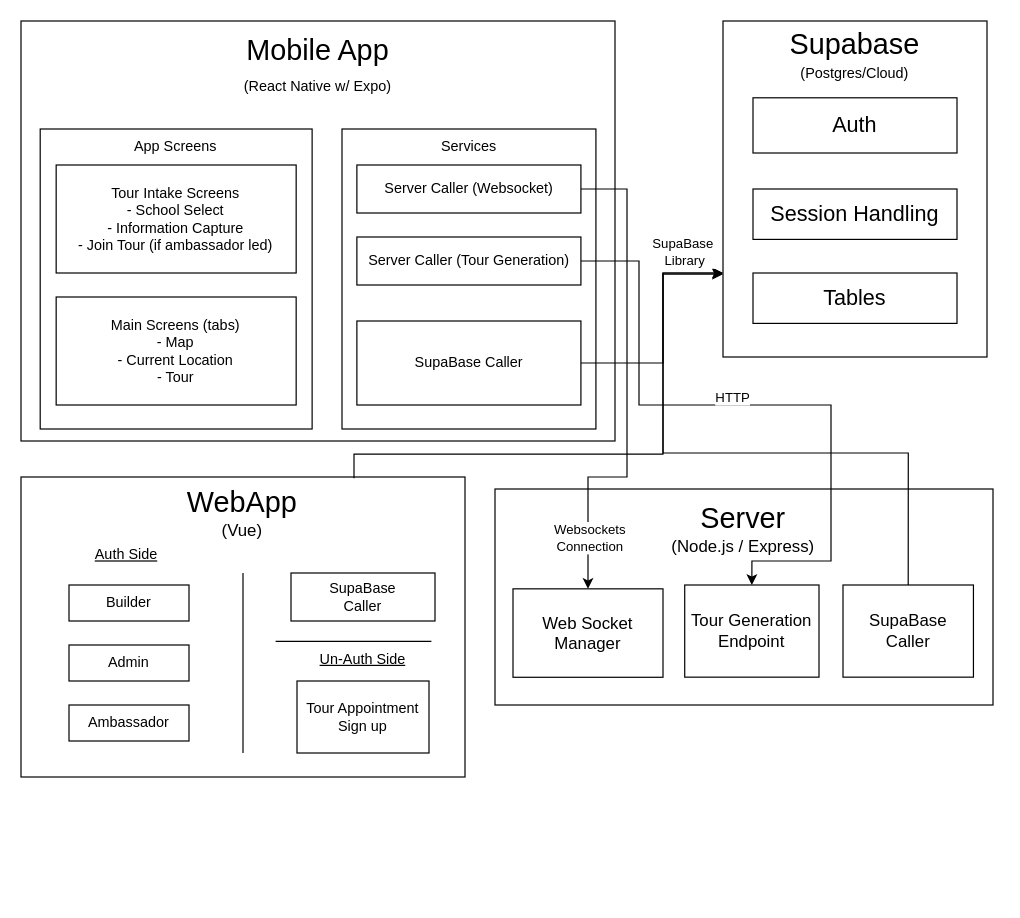
The draw.io diagram docs/component.drawio in studio-node/CampusTour, before the edit. Source tidied: cells renumbered, new cells numbered last; positions are measured from the earlier drawing's top-left corner, leaving out a move shared by most shapes. Both pictures are drawn from the tidied source at 120%, with x=0, y=0 at pixel (20, 20).
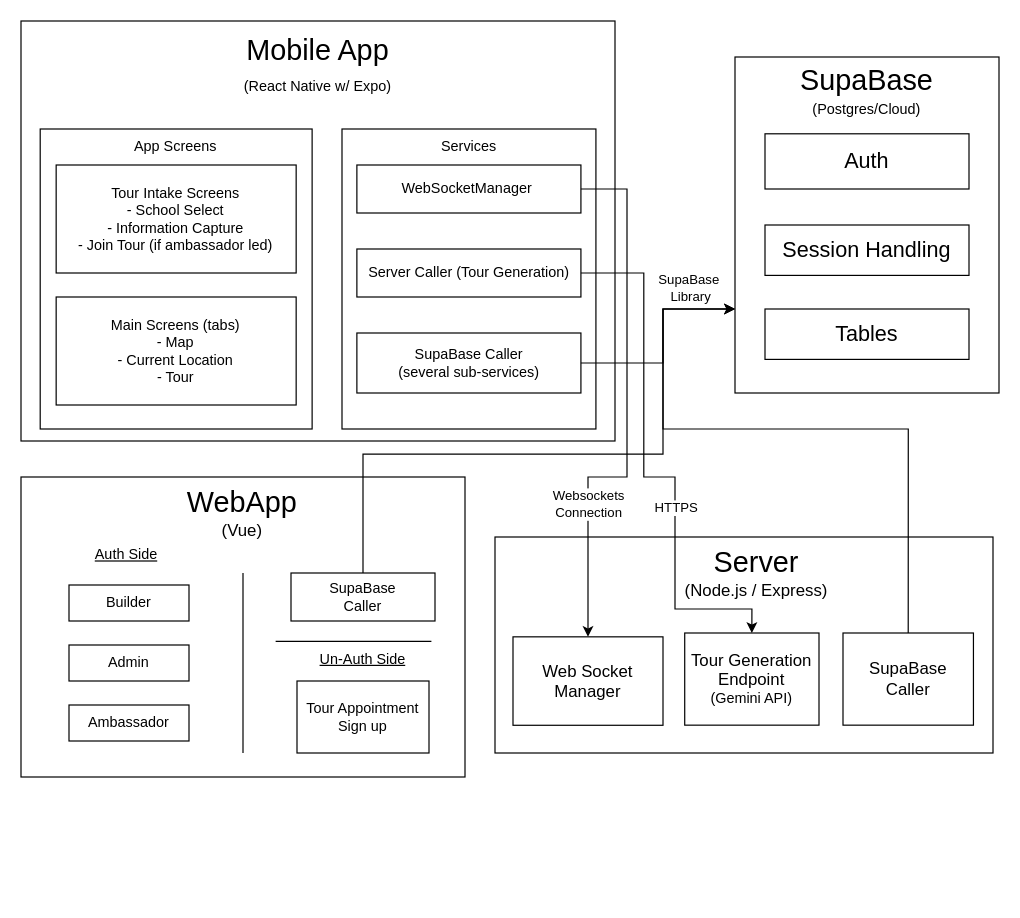
The same page after the edit.

Commit message (it also covers changes not shown here):
Updated component diagram with color-coding and reworking user-flow

Unchanged cells that the change refers to:
```xml
<mxCell id="2" style="group;" parent="1" vertex="1">
  <mxGeometry y="380" width="370" height="350" as="geometry" />
</mxCell>
<mxCell id="38" style="group;" parent="37" vertex="1">
  <mxGeometry width="211.6" height="250" as="geometry" />
</mxCell>
```

The edit, as a diff of the source:
```diff
@@
-    <mxCell id="13" value="SupaBase&lt;div&gt;Caller&lt;/div&gt;" style="rounded=0;whiteSpace=wrap;html=1;" parent="2" vertex="1">
+    <mxCell id="13" value="SupaBase&lt;div&gt;Caller&lt;/div&gt;" style="rounded=0;whiteSpace=wrap;html=1;strokeColor=light-dark(#000000,#7F00FF);" parent="2" vertex="1">
       <mxGeometry x="225" y="80" width="120" height="40" as="geometry" />
     </mxCell>
     <mxCell id="14" style="group;" parent="1" vertex="1">
-      <mxGeometry x="585" width="220" height="280" as="geometry" />
+      <mxGeometry x="595" y="30" width="220" height="280" as="geometry" />
     </mxCell>
-    <mxCell id="15" style="rounded=0;whiteSpace=wrap;html=1;" parent="14" vertex="1">
+    <mxCell id="15" style="rounded=0;whiteSpace=wrap;html=1;strokeColor=light-dark(#000000,#7F00FF);" parent="14" vertex="1">
       <mxGeometry width="220" height="280" as="geometry" />
     </mxCell>
-    <mxCell id="16" value="&lt;span style=&quot;font-size: 24px;&quot;&gt;Supabase&lt;/span&gt;" style="text;html=1;align=center;verticalAlign=middle;whiteSpace=wrap;rounded=0;" parent="14" vertex="1">
+    <mxCell id="16" value="&lt;span style=&quot;font-size: 24px;&quot;&gt;SupaBase&lt;/span&gt;" style="text;html=1;align=center;verticalAlign=middle;whiteSpace=wrap;rounded=0;" parent="14" vertex="1">
       <mxGeometry x="73.1" y="8" width="73.8" height="24" as="geometry" />
     </mxCell>
@@
     <mxCell id="21" style="group;" parent="1" vertex="1">
-      <mxGeometry x="395" y="390" width="415" height="180" as="geometry" />
+      <mxGeometry x="395" y="430" width="415" height="180" as="geometry" />
     </mxCell>
@@
     <mxCell id="23" value="&lt;font style=&quot;font-size: 24px;&quot;&gt;Server&lt;/font&gt;&lt;div&gt;&lt;font style=&quot;font-size: 14px;&quot;&gt;(Node.js / Express)&lt;/font&gt;&lt;/div&gt;" style="text;html=1;align=center;verticalAlign=middle;whiteSpace=wrap;rounded=0;" parent="21" vertex="1">
-      <mxGeometry x="90.4" y="13" width="234.2" height="39.9" as="geometry" />
+      <mxGeometry x="101.4" y="10" width="234.2" height="39.9" as="geometry" />
     </mxCell>
-    <mxCell id="24" value="&lt;font style=&quot;font-size: 14px;&quot;&gt;Web Socket Manager&lt;/font&gt;" style="rounded=0;whiteSpace=wrap;html=1;" parent="21" vertex="1">
+    <mxCell id="24" value="&lt;font style=&quot;font-size: 14px;&quot;&gt;Web Socket Manager&lt;/font&gt;" style="rounded=0;whiteSpace=wrap;html=1;strokeColor=light-dark(#000000,#009900);" parent="21" vertex="1">
       <mxGeometry x="15" y="83.2" width="125" height="73.7" as="geometry" />
     </mxCell>
-    <mxCell id="25" value="&lt;font style=&quot;font-size: 14px;&quot;&gt;Tour Generation&lt;/font&gt;&lt;div&gt;&lt;font style=&quot;font-size: 14px;&quot;&gt;Endpoint&lt;/font&gt;&lt;/div&gt;" style="rounded=0;whiteSpace=wrap;html=1;" parent="21" vertex="1">
+    <mxCell id="25" value="&lt;font style=&quot;font-size: 14px;&quot;&gt;Tour Generation&lt;/font&gt;&lt;div&gt;&lt;font style=&quot;font-size: 14px;&quot;&gt;Endpoint&lt;/font&gt;&lt;/div&gt;&lt;div&gt;&lt;font style=&quot;font-size: 12px;&quot;&gt;(Gemini API)&lt;/font&gt;&lt;/div&gt;" style="rounded=0;whiteSpace=wrap;html=1;strokeColor=light-dark(#000000,#CC0000);" parent="21" vertex="1">
       <mxGeometry x="158.1" y="80" width="111.9" height="76.8" as="geometry" />
     </mxCell>
-    <mxCell id="26" style="edgeStyle=orthogonalEdgeStyle;rounded=0;jettySize=auto;html=1;exitX=0.5;exitY=0;exitDx=0;exitDy=0;" parent="21" edge="1" source="27">
-      <mxGeometry relative="1" as="geometry">
-        <mxPoint x="190" y="-180" as="targetPoint" />
-        <Array as="points">
-          <mxPoint x="344" y="-30" />
-          <mxPoint x="140" y="-30" />
-          <mxPoint x="140" y="-180" />
-        </Array>
-      </mxGeometry>
-    </mxCell>
-    <mxCell id="27" value="&lt;span style=&quot;font-size: 14px;&quot;&gt;SupaBase&lt;/span&gt;&lt;div&gt;&lt;span style=&quot;font-size: 14px;&quot;&gt;Caller&lt;/span&gt;&lt;/div&gt;" style="rounded=0;whiteSpace=wrap;html=1;" parent="21" vertex="1">
+    <mxCell id="27" value="&lt;span style=&quot;font-size: 14px;&quot;&gt;SupaBase&lt;/span&gt;&lt;div&gt;&lt;span style=&quot;font-size: 14px;&quot;&gt;Caller&lt;/span&gt;&lt;/div&gt;" style="rounded=0;whiteSpace=wrap;html=1;strokeColor=light-dark(#000000,#7F00FF);" parent="21" vertex="1">
       <mxGeometry x="290" y="80" width="108.7" height="76.8" as="geometry" />
     </mxCell>
@@
-    <mxCell id="41" value="Server Caller (Websocket)" style="rounded=0;whiteSpace=wrap;html=1;" parent="38" vertex="1">
+    <mxCell id="41" value="WebSocketManager&amp;nbsp;" style="rounded=0;whiteSpace=wrap;html=1;strokeColor=light-dark(#000000,#009900);" parent="38" vertex="1">
       <mxGeometry x="12.4" y="30" width="186.7" height="40" as="geometry" />
     </mxCell>
-    <mxCell id="42" value="SupaBase Caller" style="rounded=0;whiteSpace=wrap;html=1;" parent="38" vertex="1">
-      <mxGeometry x="12.4" y="160" width="186.7" height="70" as="geometry" />
+    <mxCell id="42" value="SupaBase Caller&lt;div&gt;(several sub-services)&lt;/div&gt;" style="rounded=0;whiteSpace=wrap;html=1;strokeColor=light-dark(#000000,#7F00FF);" parent="38" vertex="1">
+      <mxGeometry x="12.4" y="170" width="186.7" height="50" as="geometry" />
     </mxCell>
-    <mxCell id="43" value="Server Caller (Tour Generation)" style="rounded=0;whiteSpace=wrap;html=1;" parent="38" vertex="1">
-      <mxGeometry x="12.4" y="90" width="186.7" height="40" as="geometry" />
+    <mxCell id="43" value="Server Caller (Tour Generation)" style="rounded=0;whiteSpace=wrap;html=1;strokeColor=light-dark(#000000,#CC0000);" parent="38" vertex="1">
+      <mxGeometry x="12.4" y="100" width="186.7" height="40" as="geometry" />
     </mxCell>
@@
-    <mxCell id="45" style="edgeStyle=orthogonalEdgeStyle;rounded=0;jettySize=auto;html=1;exitX=1;exitY=0.5;exitDx=0;exitDy=0;entryX=0;entryY=0.75;entryDx=0;entryDy=0;" parent="1" edge="1" source="42" target="15">
+    <mxCell id="45" style="edgeStyle=orthogonalEdgeStyle;rounded=0;jettySize=auto;html=1;exitX=1;exitY=0.5;exitDx=0;exitDy=0;entryX=0;entryY=0.75;entryDx=0;entryDy=0;strokeColor=light-dark(#000000,#7F00FF);" parent="1" edge="1" source="42" target="15">
       <mxGeometry relative="1" as="geometry">
         <Array as="points">
           <mxPoint x="535" y="285" />
-          <mxPoint x="535" y="210" />
+          <mxPoint x="535" y="240" />
         </Array>
       </mxGeometry>
     </mxCell>
     <mxCell id="46" value="SupaBase&amp;nbsp;&lt;div&gt;Library&lt;/div&gt;" style="edgeLabel;html=1;align=center;verticalAlign=middle;" parent="45" vertex="1">
       <mxGeometry x="-0.34" relative="1" as="geometry">
-        <mxPoint x="22" y="-93" as="offset" />
+        <mxPoint x="34" y="-63" as="offset" />
       </mxGeometry>
     </mxCell>
-    <mxCell id="47" style="edgeStyle=orthogonalEdgeStyle;rounded=0;orthogonalLoop=1;jettySize=auto;html=1;exitX=0.75;exitY=0;exitDx=0;exitDy=0;entryX=0;entryY=0.75;entryDx=0;entryDy=0;" parent="1" edge="1">
+    <mxCell id="47" style="edgeStyle=orthogonalEdgeStyle;rounded=0;jettySize=auto;html=1;exitX=0.5;exitY=0;exitDx=0;exitDy=0;strokeColor=light-dark(#000000,#7F00FF);" parent="1" edge="1" source="13">
       <mxGeometry relative="1" as="geometry">
-        <mxPoint x="277.5" y="381" as="sourcePoint" />
-        <mxPoint x="585" y="211" as="targetPoint" />
+        <mxPoint x="595" y="240" as="targetPoint" />
         <Array as="points">
-          <mxPoint x="278" y="361" />
+          <mxPoint x="285" y="361" />
           <mxPoint x="535" y="361" />
-          <mxPoint x="535" y="211" />
+          <mxPoint x="535" y="240" />
         </Array>
       </mxGeometry>
     </mxCell>
+    <mxCell id="26" style="edgeStyle=orthogonalEdgeStyle;rounded=0;jettySize=auto;html=1;exitX=0.5;exitY=0;exitDx=0;exitDy=0;strokeColor=light-dark(#000000,#7F00FF);entryX=0;entryY=0.75;entryDx=0;entryDy=0;" parent="1" edge="1" source="27" target="15">
+      <mxGeometry relative="1" as="geometry">
+        <Array as="points">
+          <mxPoint x="739" y="340" />
+          <mxPoint x="535" y="340" />
+          <mxPoint x="535" y="240" />
+        </Array>
+      </mxGeometry>
+    </mxCell>
-    <mxCell id="48" style="edgeStyle=orthogonalEdgeStyle;rounded=0;jettySize=auto;html=1;exitX=1;exitY=0.5;exitDx=0;exitDy=0;entryX=0.5;entryY=0;entryDx=0;entryDy=0;" parent="1" edge="1" source="43" target="25">
+    <mxCell id="48" style="edgeStyle=orthogonalEdgeStyle;rounded=0;jettySize=auto;html=1;exitX=1;exitY=0.5;exitDx=0;exitDy=0;entryX=0.5;entryY=0;entryDx=0;entryDy=0;strokeColor=light-dark(#000000,#CC0000);" parent="1" edge="1" source="43" target="25">
       <mxGeometry relative="1" as="geometry">
         <Array as="points">
-          <mxPoint x="515" y="200" />
-          <mxPoint x="515" y="320" />
-          <mxPoint x="675" y="320" />
-          <mxPoint x="675" y="450" />
-          <mxPoint x="609" y="450" />
+          <mxPoint x="519" y="210" />
+          <mxPoint x="519" y="380" />
+          <mxPoint x="545" y="380" />
+          <mxPoint x="545" y="490" />
+          <mxPoint x="609" y="490" />
         </Array>
       </mxGeometry>
     </mxCell>
-    <mxCell id="49" value="HTTP" style="edgeLabel;html=1;align=center;verticalAlign=middle;" parent="48" vertex="1">
-      <mxGeometry x="-0.07" y="3" relative="1" as="geometry">
-        <mxPoint x="-7" y="-4" as="offset" />
-      </mxGeometry>
-    </mxCell>
+    <mxCell id="52" value="HTTPS" style="edgeLabel;html=1;align=center;verticalAlign=middle;" parent="48" vertex="1">
+      <mxGeometry x="0.29" y="-3" relative="1" as="geometry">
+        <mxPoint x="3" y="-11" as="offset" />
+      </mxGeometry>
+    </mxCell>
-    <mxCell id="50" style="edgeStyle=orthogonalEdgeStyle;rounded=0;jettySize=auto;html=1;exitX=1;exitY=0.5;exitDx=0;exitDy=0;entryX=0.5;entryY=0;entryDx=0;entryDy=0;" parent="1" edge="1" source="41" target="24">
+    <mxCell id="50" style="edgeStyle=orthogonalEdgeStyle;rounded=0;jettySize=auto;html=1;exitX=1;exitY=0.5;exitDx=0;exitDy=0;entryX=0.5;entryY=0;entryDx=0;entryDy=0;strokeColor=light-dark(#000000,#009900);" parent="1" edge="1" source="41" target="24">
       <mxGeometry relative="1" as="geometry">
         <Array as="points">
           <mxPoint x="505" y="140" />
           <mxPoint x="505" y="380" />
           <mxPoint x="472" y="380" />
         </Array>
       </mxGeometry>
     </mxCell>
     <mxCell id="51" value="Websockets&lt;div&gt;Connection&lt;/div&gt;" style="edgeLabel;html=1;align=center;verticalAlign=middle;" parent="50" vertex="1">
       <mxGeometry x="0.5" y="-5" relative="1" as="geometry">
-        <mxPoint x="-7" y="55" as="offset" />
+        <mxPoint x="5" as="offset" />
       </mxGeometry>
     </mxCell>
```
